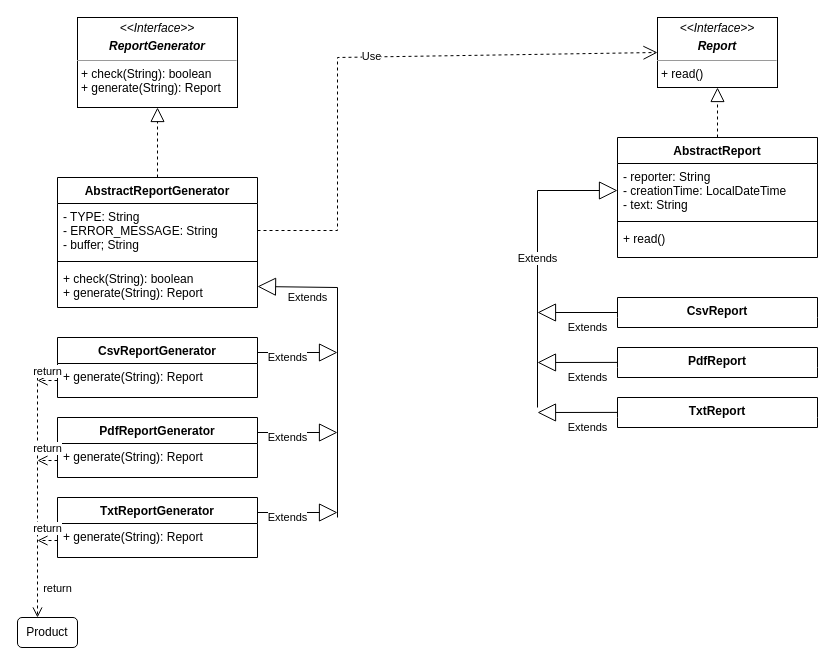
SichniyAndriy/Avada_Task-5_Patterns keeps this draw.io diagram as src/creation/factory_method/factoty_method.drawio. Above is the earlier version. Source tidied: cells renumbered, new cells numbered last; positions are measured from the earlier drawing's top-left corner, leaving out a move shared by most shapes. Both pictures are drawn from the tidied source at 100%, with x=0, y=0 at pixel (17, 17).
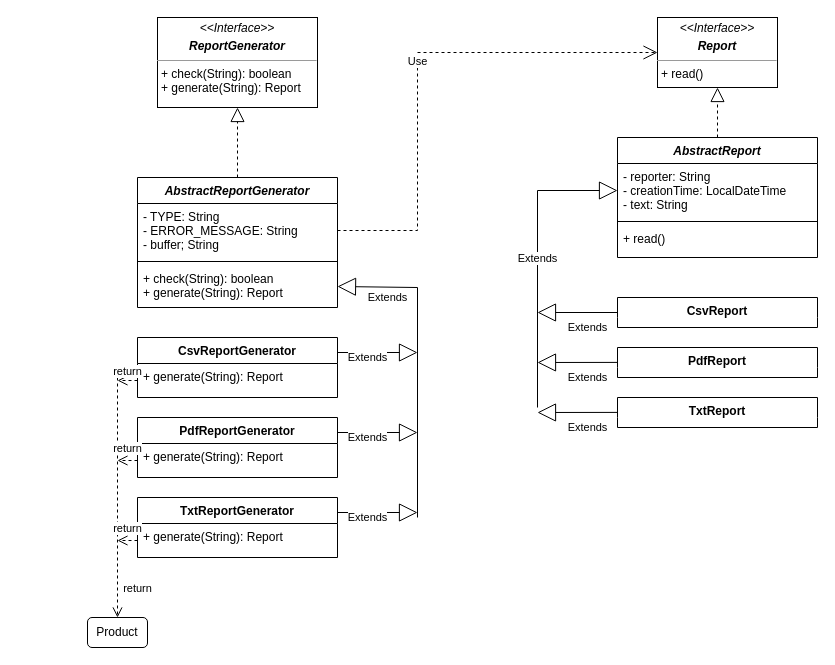
The same diagram, later.

Unchanged cells that the change refers to:
```xml
<mxCell id="2" value="&lt;p style=&quot;margin:0px;margin-top:4px;text-align:center;&quot;&gt;&lt;i&gt;&amp;lt;&amp;lt;Interface&amp;gt;&amp;gt;&lt;/i&gt;&lt;/p&gt;&lt;p style=&quot;margin:0px;margin-top:4px;text-align:center;&quot;&gt;&lt;i&gt;&lt;b&gt;Report&lt;/b&gt;&lt;/i&gt;&lt;/p&gt;&lt;hr size=&quot;1&quot;&gt;&lt;p style=&quot;margin:0px;margin-left:4px;&quot;&gt;+ read()&lt;/p&gt;" style="verticalAlign=top;align=left;overflow=fill;fontSize=12;fontFamily=Helvetica;html=1;" parent="1" vertex="1">
  <mxGeometry x="640" width="120" height="70" as="geometry" />
</mxCell>
<mxCell id="19" value="+ check(String): boolean&#10;+ generate(String): Report" style="text;strokeColor=none;fillColor=none;align=left;verticalAlign=top;spacingLeft=4;spacingRight=4;overflow=hidden;points=[[0,0.5],[1,0.5]];portConstraint=eastwest;" parent="16" vertex="1">
  <mxGeometry y="88" width="200" height="42" as="geometry" />
</mxCell>
<mxCell id="22" value="+ generate(String): Report" style="text;strokeColor=none;fillColor=none;align=left;verticalAlign=top;spacingLeft=4;spacingRight=4;overflow=hidden;points=[[0,0.5],[1,0.5]];portConstraint=eastwest;" parent="21" vertex="1">
  <mxGeometry y="26" width="200" height="34" as="geometry" />
</mxCell>
<mxCell id="24" value="+ generate(String): Report" style="text;strokeColor=none;fillColor=none;align=left;verticalAlign=top;spacingLeft=4;spacingRight=4;overflow=hidden;points=[[0,0.5],[1,0.5]];portConstraint=eastwest;" parent="23" vertex="1">
  <mxGeometry y="26" width="200" height="34" as="geometry" />
</mxCell>
<mxCell id="26" value="+ generate(String): Report" style="text;strokeColor=none;fillColor=none;align=left;verticalAlign=top;spacingLeft=4;spacingRight=4;overflow=hidden;points=[[0,0.5],[1,0.5]];portConstraint=eastwest;" parent="25" vertex="1">
  <mxGeometry y="26" width="200" height="34" as="geometry" />
</mxCell>
```

What changed in the source:
```diff
@@
-    <mxCell id="3" value="AbstractReport" style="swimlane;fontStyle=1;align=center;verticalAlign=top;horizontal=1;startSize=26;" parent="1" vertex="1">
+    <mxCell id="3" value="AbstractReport" style="swimlane;fontStyle=3;align=center;verticalAlign=top;horizontal=1;startSize=26;" parent="1" vertex="1">
       <mxGeometry x="600" y="120" width="200" height="120" as="geometry" />
     </mxCell>
-    <mxCell id="4" value="- reporter: String&#10;- creationTime: LocalDateTime&#10;- text: String" style="text;strokeColor=none;fillColor=none;align=left;verticalAlign=top;spacingLeft=4;spacingRight=4;overflow=hidden;points=[[0,0.5],[1,0.5]];portConstraint=eastwest;" parent="3" vertex="1">
+    <mxCell id="4" value="- reporter: String&#10;- creationTime: LocalDateTime&#10;- text: String" style="text;strokeColor=none;fillColor=none;align=left;verticalAlign=top;spacingLeft=4;spacingRight=4;overflow=hidden;points=[[0,0.5],[1,0.5]];portConstraint=eastwest;fontColor=default;labelBackgroundColor=none;labelBorderColor=none;" parent="3" vertex="1">
       <mxGeometry y="26" width="200" height="54" as="geometry" />
     </mxCell>
@@
     <mxCell id="15" value="&lt;p style=&quot;margin:0px;margin-top:4px;text-align:center;&quot;&gt;&lt;i&gt;&amp;lt;&amp;lt;Interface&amp;gt;&amp;gt;&lt;/i&gt;&lt;/p&gt;&lt;p style=&quot;margin:0px;margin-top:4px;text-align:center;&quot;&gt;&lt;i&gt;&lt;b&gt;ReportGenerator&lt;/b&gt;&lt;/i&gt;&lt;/p&gt;&lt;hr size=&quot;1&quot;&gt;&lt;p style=&quot;margin:0px;margin-left:4px;&quot;&gt;+ check(String): boolean&lt;br&gt;+ generate(String): Report&lt;/p&gt;" style="verticalAlign=top;align=left;overflow=fill;fontSize=12;fontFamily=Helvetica;html=1;" parent="1" vertex="1">
-      <mxGeometry x="60" width="160" height="90" as="geometry" />
+      <mxGeometry x="140" width="160" height="90" as="geometry" />
     </mxCell>
-    <mxCell id="16" value="AbstractReportGenerator" style="swimlane;fontStyle=1;align=center;verticalAlign=top;horizontal=1;startSize=26;" parent="1" vertex="1">
-      <mxGeometry x="40" y="160" width="200" height="130" as="geometry" />
+    <mxCell id="16" value="AbstractReportGenerator" style="swimlane;fontStyle=3;align=center;verticalAlign=top;horizontal=1;startSize=26;" parent="1" vertex="1">
+      <mxGeometry x="120" y="160" width="200" height="130" as="geometry" />
     </mxCell>
-    <mxCell id="17" value="- TYPE: String&#10;- ERROR_MESSAGE: String&#10;- buffer; String" style="text;strokeColor=none;fillColor=none;align=left;verticalAlign=top;spacingLeft=4;spacingRight=4;overflow=hidden;points=[[0,0.5],[1,0.5]];portConstraint=eastwest;" parent="16" vertex="1">
+    <mxCell id="17" value="- TYPE: String&#10;- ERROR_MESSAGE: String&#10;- buffer; String" style="text;strokeColor=none;fillColor=none;align=left;verticalAlign=top;spacingLeft=4;spacingRight=4;overflow=hidden;points=[[0,0.5],[1,0.5]];portConstraint=eastwest;fontStyle=0;" parent="16" vertex="1">
       <mxGeometry y="26" width="200" height="54" as="geometry" />
     </mxCell>
@@
     <mxCell id="21" value="CsvReportGenerator" style="swimlane;fontStyle=1;align=center;verticalAlign=top;horizontal=1;startSize=26;" parent="1" vertex="1">
-      <mxGeometry x="40" y="320" width="200" height="60" as="geometry" />
+      <mxGeometry x="120" y="320" width="200" height="60" as="geometry" />
     </mxCell>
@@
     <mxCell id="23" value="PdfReportGenerator" style="swimlane;fontStyle=1;align=center;verticalAlign=top;horizontal=1;startSize=26;" parent="1" vertex="1">
-      <mxGeometry x="40" y="400" width="200" height="60" as="geometry" />
+      <mxGeometry x="120" y="400" width="200" height="60" as="geometry" />
     </mxCell>
@@
     <mxCell id="25" value="TxtReportGenerator" style="swimlane;fontStyle=1;align=center;verticalAlign=top;horizontal=1;startSize=26;" parent="1" vertex="1">
-      <mxGeometry x="40" y="480" width="200" height="60" as="geometry" />
+      <mxGeometry x="120" y="480" width="200" height="60" as="geometry" />
     </mxCell>
@@
     <mxCell id="27" value="Use" style="endArrow=open;endSize=12;dashed=1;html=1;rounded=0;exitX=1;exitY=0.5;exitDx=0;exitDy=0;entryX=0;entryY=0.5;entryDx=0;entryDy=0;" parent="1" edge="1" source="17" target="2">
       <mxGeometry relative="1" as="geometry">
         <Array as="points">
           <mxPoint x="320" y="213" />
-          <mxPoint x="320" y="40" />
+          <mxPoint x="400" y="213" />
+          <mxPoint x="400" y="35" />
         </Array>
       </mxGeometry>
     </mxCell>
     <mxCell id="28" value="Extends" style="endArrow=block;endSize=16;endFill=0;html=1;rounded=0;entryX=1;entryY=0.5;entryDx=0;entryDy=0;" parent="1" edge="1" target="19">
       <mxGeometry x="0.68" y="10" relative="1" as="geometry">
-        <mxPoint x="320" y="500" as="sourcePoint" />
+        <mxPoint x="400" y="500" as="sourcePoint" />
         <Array as="points">
-          <mxPoint x="320" y="270" />
+          <mxPoint x="400" y="270" />
         </Array>
       </mxGeometry>
     </mxCell>
     <mxCell id="29" value="Extends" style="endArrow=block;endSize=16;endFill=0;html=1;rounded=0;exitX=1;exitY=0.25;exitDx=0;exitDy=0;" parent="1" edge="1" source="21">
       <mxGeometry x="-0.25" y="-5" relative="1" as="geometry">
-        <mxPoint x="320" y="335" as="targetPoint" />
+        <mxPoint x="400" y="335" as="targetPoint" />
       </mxGeometry>
     </mxCell>
     <mxCell id="30" value="Extends" style="endArrow=block;endSize=16;endFill=0;html=1;rounded=0;exitX=1;exitY=0.25;exitDx=0;exitDy=0;" parent="1" edge="1" source="23">
       <mxGeometry x="-0.25" y="-5" relative="1" as="geometry">
-        <mxPoint x="320" y="415" as="targetPoint" />
+        <mxPoint x="400" y="415" as="targetPoint" />
       </mxGeometry>
     </mxCell>
     <mxCell id="31" value="Extends" style="endArrow=block;endSize=16;endFill=0;html=1;rounded=0;exitX=1;exitY=0.25;exitDx=0;exitDy=0;" parent="1" edge="1" source="25">
       <mxGeometry x="-0.25" y="-5" relative="1" as="geometry">
-        <mxPoint x="320" y="495" as="targetPoint" />
+        <mxPoint x="400" y="495" as="targetPoint" />
       </mxGeometry>
     </mxCell>
     <mxCell id="32" value="return" style="html=1;verticalAlign=bottom;endArrow=open;dashed=1;endSize=8;rounded=0;" parent="1" edge="1">
       <mxGeometry x="0.83" y="20" relative="1" as="geometry">
-        <mxPoint x="20" y="360" as="sourcePoint" />
-        <mxPoint x="20" y="600" as="targetPoint" />
+        <mxPoint x="100" y="360" as="sourcePoint" />
+        <mxPoint x="100" y="600" as="targetPoint" />
       </mxGeometry>
     </mxCell>
     <mxCell id="33" value="return" style="html=1;verticalAlign=bottom;endArrow=open;dashed=1;endSize=8;rounded=0;exitX=0;exitY=0.5;exitDx=0;exitDy=0;" parent="1" edge="1" source="22">
       <mxGeometry relative="1" as="geometry">
-        <mxPoint x="20" y="363" as="targetPoint" />
+        <mxPoint x="100" y="363" as="targetPoint" />
       </mxGeometry>
     </mxCell>
     <mxCell id="34" value="return" style="html=1;verticalAlign=bottom;endArrow=open;dashed=1;endSize=8;rounded=0;exitX=0;exitY=0.5;exitDx=0;exitDy=0;" parent="1" edge="1" source="24">
       <mxGeometry y="-3" relative="1" as="geometry">
-        <mxPoint x="20" y="443" as="targetPoint" />
+        <mxPoint x="100" y="443" as="targetPoint" />
       </mxGeometry>
     </mxCell>
     <mxCell id="35" value="Product" style="rounded=1;whiteSpace=wrap;html=1;" parent="1" vertex="1">
-      <mxGeometry y="600" width="60" height="30" as="geometry" />
+      <mxGeometry x="70" y="600" width="60" height="30" as="geometry" />
     </mxCell>
     <mxCell id="36" value="return" style="html=1;verticalAlign=bottom;endArrow=open;dashed=1;endSize=8;rounded=0;exitX=0;exitY=0.5;exitDx=0;exitDy=0;" parent="1" edge="1" source="26">
       <mxGeometry y="-3" relative="1" as="geometry">
-        <mxPoint x="20" y="523" as="targetPoint" />
+        <mxPoint x="100" y="523" as="targetPoint" />
       </mxGeometry>
     </mxCell>
```
